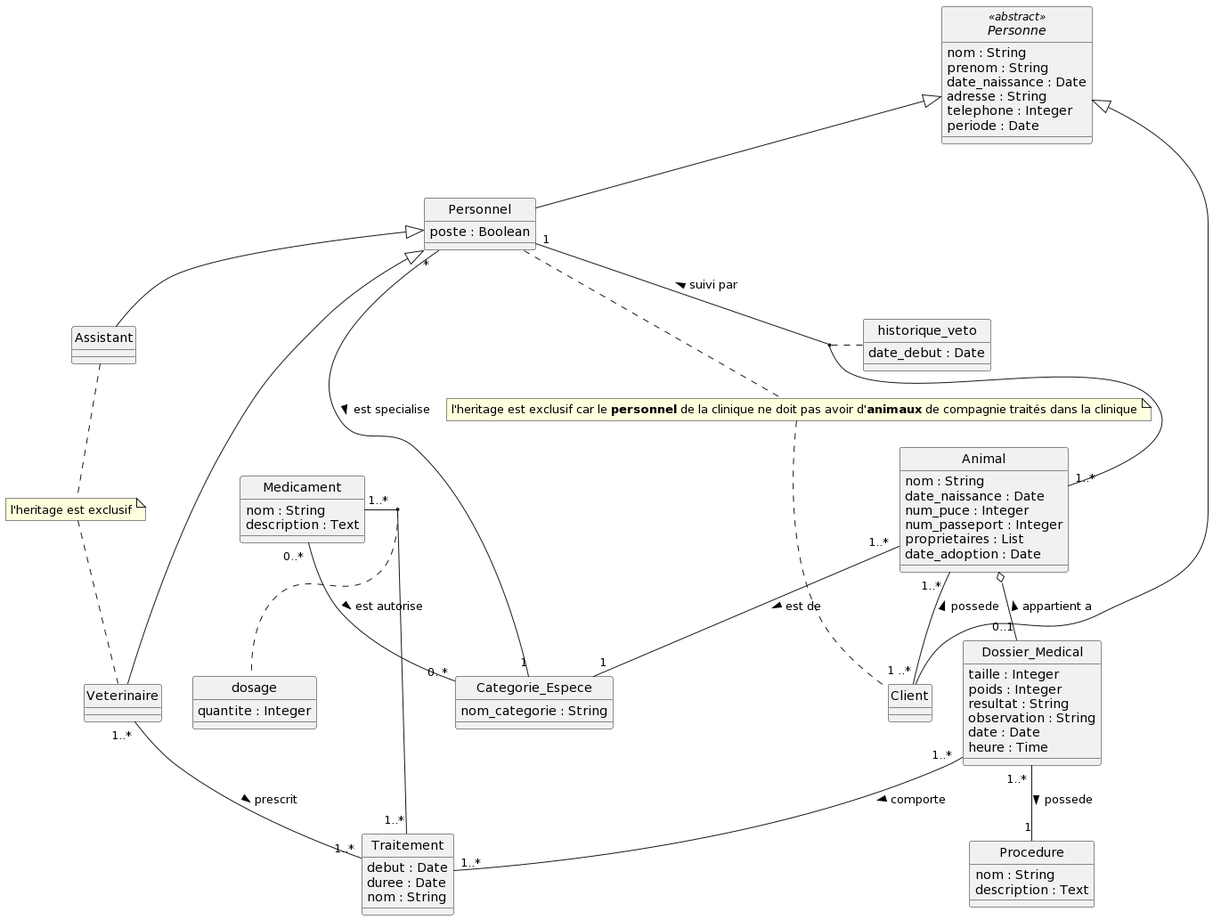
eddymonji/Clinique_Veterinaire keeps this PlantUML diagram as uml.png. Above is the earlier version.
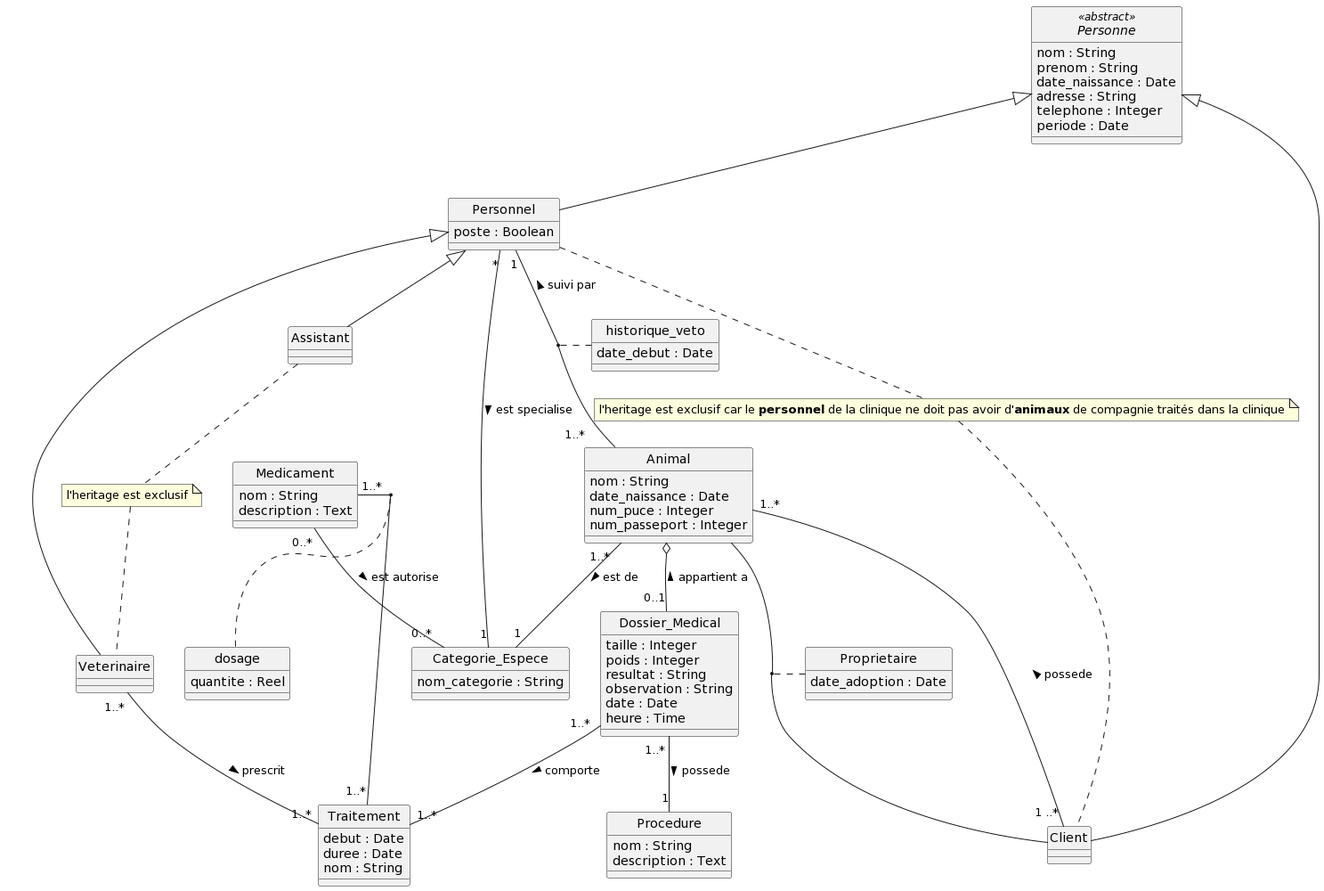
The same diagram one commit later.

Commit message:
Replace uml.png Ver 3

Diff of the diagram source:
```diff
@@ -27,8 +27,6 @@
     date_naissance : Date
     num_puce : Integer
     num_passeport : Integer
-    proprietaires : List
-    date_adoption : Date
 }
 
 class Categorie_Espece{
@@ -62,11 +60,15 @@
 }
 
 class dosage {
-    quantite : Integer
+    quantite : Reel
 }
 
 class historique_veto {
     date_debut : Date
+}
+
+class Proprietaire{
+    date_adoption : Date
 }
 
 
@@ -81,6 +83,7 @@
 Personnel "*" -- "1" Categorie_Espece : est specialise >
 Personnel "1" -- "1..* " Animal : < suivi par
 (Animal, Personnel) .. historique_veto
+(Animal, Client) .. Proprietaire
 
 Animal "1..* " -- "1" Categorie_Espece : est de >
 Animal "1..* " -- "1 ..*" Client : < possede
```
